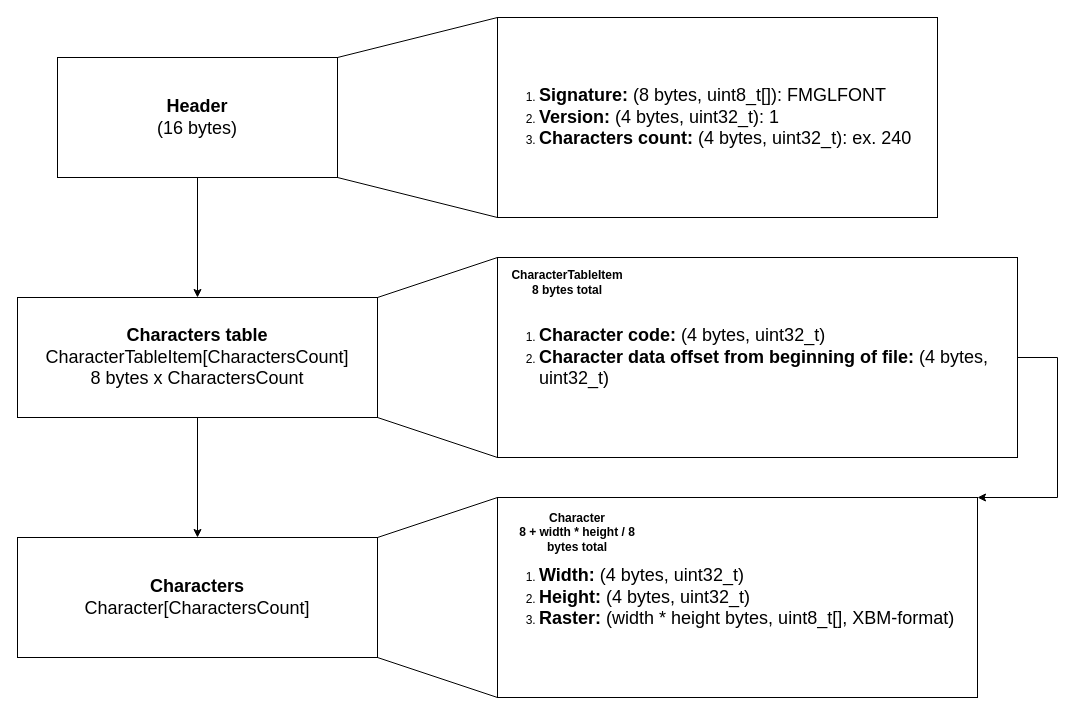
This is Documents/File format.drawio from shaktilucidia/STM32_L2HAL_FontsGenerator, a draw.io file, before an edit. Source tidied: cells renumbered, new cells numbered last; positions are measured from the earlier drawing's top-left corner, leaving out a move shared by most shapes. Both pictures are drawn from the tidied source at 100%, with x=0, y=0 at pixel (17, 17).
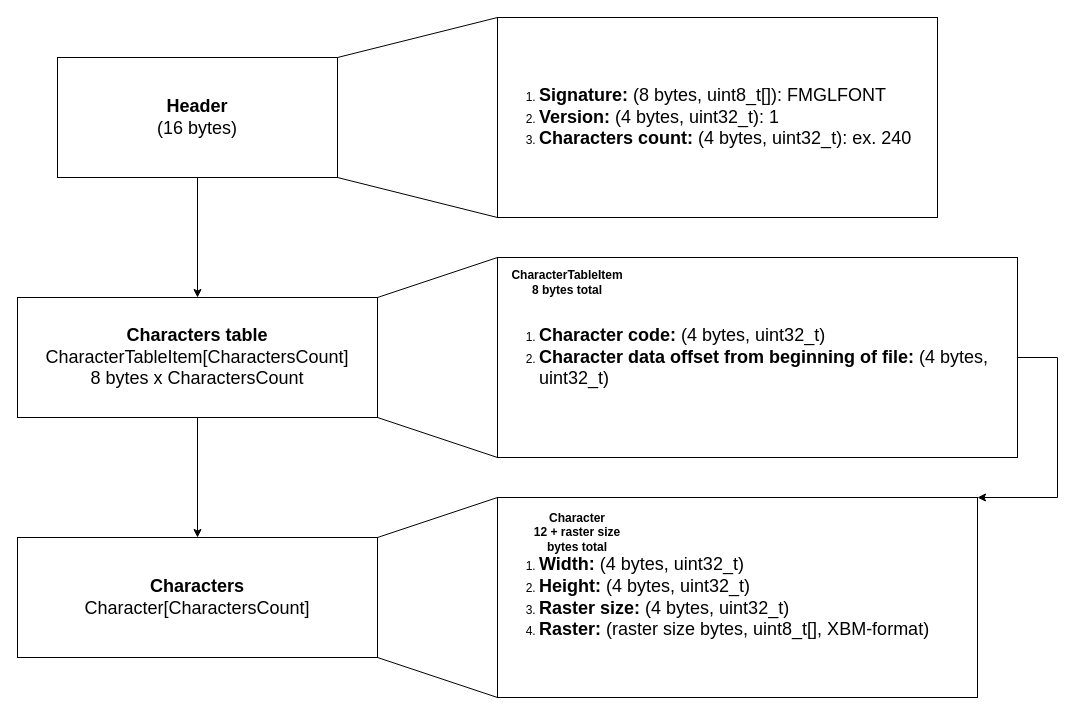
The same page after the edit.

Commit message (it also covers changes not shown here):
Added raster size

Diff of the diagram source:
```diff
@@
-    <mxCell id="14" value="&lt;ol&gt;&lt;li&gt;&lt;span style=&quot;font-size: 18px;&quot;&gt;&lt;b&gt;Width:&lt;/b&gt;&amp;nbsp;(4 bytes, uint32_t)&lt;/span&gt;&lt;/li&gt;&lt;li&gt;&lt;span style=&quot;font-size: 18px;&quot;&gt;&lt;b&gt;Height:&lt;/b&gt; (4 bytes, uint32_t)&lt;/span&gt;&lt;/li&gt;&lt;li&gt;&lt;span style=&quot;font-size: 18px;&quot;&gt;&lt;b&gt;Raster:&lt;/b&gt;&amp;nbsp;(width * height bytes, uint8_t[], XBM-format)&lt;/span&gt;&lt;/li&gt;&lt;/ol&gt;" style="rounded=0;whiteSpace=wrap;html=1;align=left;" parent="1" vertex="1">
+    <mxCell id="14" value="&lt;ol&gt;&lt;li&gt;&lt;span style=&quot;font-size: 18px;&quot;&gt;&lt;b&gt;Width:&lt;/b&gt;&amp;nbsp;(4 bytes, uint32_t)&lt;/span&gt;&lt;/li&gt;&lt;li&gt;&lt;span style=&quot;font-size: 18px;&quot;&gt;&lt;b&gt;Height:&lt;/b&gt; (4 bytes, uint32_t)&lt;/span&gt;&lt;/li&gt;&lt;li&gt;&lt;span style=&quot;font-size: 18px;&quot;&gt;&lt;b&gt;Raster size:&lt;/b&gt; (4 bytes, uint32_t)&lt;/span&gt;&lt;/li&gt;&lt;li&gt;&lt;span style=&quot;font-size: 18px;&quot;&gt;&lt;b&gt;Raster:&lt;/b&gt;&amp;nbsp;(raster size bytes, uint8_t[], XBM-format)&lt;/span&gt;&lt;/li&gt;&lt;/ol&gt;" style="rounded=0;whiteSpace=wrap;html=1;align=left;" parent="1" vertex="1">
       <mxGeometry x="480" y="480" width="480" height="200" as="geometry" />
     </mxCell>
@@
-    <mxCell id="18" value="&lt;b&gt;Character&lt;/b&gt;&lt;div&gt;&lt;b&gt;8 + width * height / 8 bytes total&lt;/b&gt;&lt;/div&gt;" style="text;html=1;align=center;verticalAlign=middle;whiteSpace=wrap;rounded=0;" parent="1" vertex="1">
+    <mxCell id="18" value="&lt;b&gt;Character&lt;/b&gt;&lt;div&gt;&lt;b&gt;12 + raster size bytes total&lt;/b&gt;&lt;/div&gt;" style="text;html=1;align=center;verticalAlign=middle;whiteSpace=wrap;rounded=0;" parent="1" vertex="1">
       <mxGeometry x="500" y="490" width="120" height="50" as="geometry" />
     </mxCell>
```
